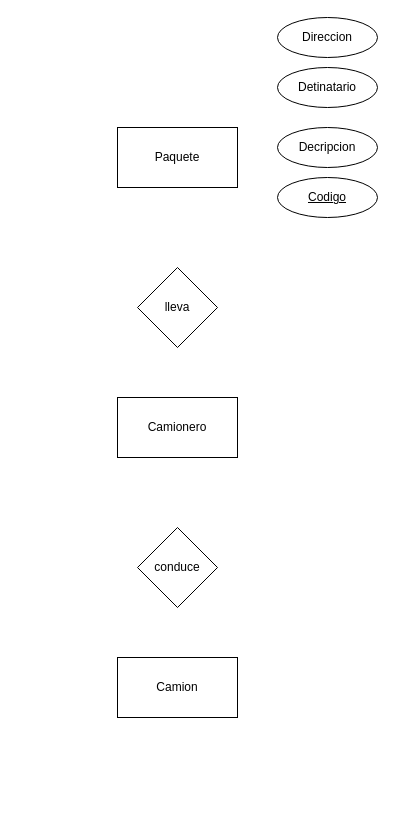
This is Unidad_1/Tareas/Tarea_4/Sistema de Reparto.drawio from OxideVanadium/base_de_datos, a draw.io file, before an edit. Source tidied: cells renumbered, new cells numbered last; positions are measured from the earlier drawing's top-left corner, leaving out a move shared by most shapes. Both pictures are drawn from the tidied source at 100%, with x=0, y=0 at pixel (117, 17).
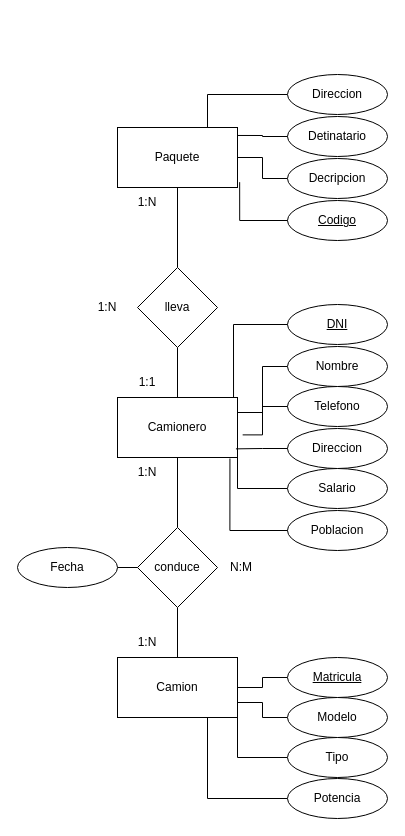
After the change.

Unchanged cells that the change refers to:
```xml
<mxCell id="2" value="Paquete" style="rounded=0;whiteSpace=wrap;html=1;" parent="1" vertex="1">
  <mxGeometry y="110" width="120" height="60" as="geometry" />
</mxCell>
<mxCell id="3" value="Camionero" style="rounded=0;whiteSpace=wrap;html=1;" parent="1" vertex="1">
  <mxGeometry y="380" width="120" height="60" as="geometry" />
</mxCell>
<mxCell id="4" value="&lt;div&gt;Camion&lt;/div&gt;" style="rounded=0;whiteSpace=wrap;html=1;" parent="1" vertex="1">
  <mxGeometry y="640" width="120" height="60" as="geometry" />
</mxCell>
<mxCell id="5" value="lleva" style="rhombus;whiteSpace=wrap;html=1;" parent="1" vertex="1">
  <mxGeometry x="20" y="250" width="80" height="80" as="geometry" />
</mxCell>
<mxCell id="6" value="conduce" style="rhombus;whiteSpace=wrap;html=1;" parent="1" vertex="1">
  <mxGeometry x="20" y="510" width="80" height="80" as="geometry" />
</mxCell>
```

The edit, as a diff of the source:
```diff
@@
+    <mxCell id="11" style="edgeStyle=orthogonalEdgeStyle;rounded=0;jettySize=auto;html=1;entryX=0.5;entryY=0;entryDx=0;entryDy=0;endArrow=none;endFill=0;" parent="1" edge="1" source="2" target="5">
+      <mxGeometry relative="1" as="geometry" />
+    </mxCell>
@@
+    <mxCell id="12" style="edgeStyle=orthogonalEdgeStyle;rounded=0;jettySize=auto;html=1;entryX=0.5;entryY=0;entryDx=0;entryDy=0;endArrow=none;endFill=0;" parent="1" edge="1" source="3" target="6">
+      <mxGeometry relative="1" as="geometry" />
+    </mxCell>
@@
+    <mxCell id="13" style="edgeStyle=orthogonalEdgeStyle;rounded=0;jettySize=auto;html=1;endArrow=none;endFill=0;" parent="1" edge="1" source="5" target="3">
+      <mxGeometry relative="1" as="geometry" />
+    </mxCell>
@@
+    <mxCell id="14" style="edgeStyle=orthogonalEdgeStyle;rounded=0;jettySize=auto;html=1;endArrow=none;endFill=0;" parent="1" edge="1" source="6" target="4">
+      <mxGeometry relative="1" as="geometry" />
+    </mxCell>
+    <mxCell id="15" style="edgeStyle=orthogonalEdgeStyle;rounded=0;jettySize=auto;html=1;entryX=1;entryY=0.5;entryDx=0;entryDy=0;endArrow=none;endFill=0;" parent="1" edge="1" source="6" target="34">
+      <mxGeometry relative="1" as="geometry" />
+    </mxCell>
@@
     <mxCell id="7" value="Codigo" style="ellipse;whiteSpace=wrap;html=1;align=center;fontStyle=4;" parent="1" vertex="1">
-      <mxGeometry x="160" y="160" width="100" height="40" as="geometry" />
+      <mxGeometry x="170" y="183" width="100" height="40" as="geometry" />
     </mxCell>
+    <mxCell id="16" style="edgeStyle=orthogonalEdgeStyle;rounded=0;jettySize=auto;html=1;endArrow=none;endFill=0;" parent="1" edge="1" source="8" target="2">
+      <mxGeometry relative="1" as="geometry" />
+    </mxCell>
     <mxCell id="8" value="Decripcion" style="ellipse;whiteSpace=wrap;html=1;" parent="1" vertex="1">
-      <mxGeometry x="160" y="110" width="100" height="40" as="geometry" />
+      <mxGeometry x="170" y="141" width="100" height="40" as="geometry" />
     </mxCell>
     <mxCell id="9" value="Detinatario" style="ellipse;whiteSpace=wrap;html=1;" parent="1" vertex="1">
-      <mxGeometry x="160" y="50" width="100" height="40" as="geometry" />
+      <mxGeometry x="170" y="99" width="100" height="40" as="geometry" />
     </mxCell>
+    <mxCell id="17" style="edgeStyle=orthogonalEdgeStyle;rounded=0;jettySize=auto;html=1;entryX=0.75;entryY=0;entryDx=0;entryDy=0;endArrow=none;endFill=0;" parent="1" edge="1" source="10" target="2">
+      <mxGeometry relative="1" as="geometry" />
+    </mxCell>
     <mxCell id="10" value="Direccion" style="ellipse;whiteSpace=wrap;html=1;" parent="1" vertex="1">
-      <mxGeometry x="160" width="100" height="40" as="geometry" />
+      <mxGeometry x="170" y="57" width="100" height="40" as="geometry" />
     </mxCell>
+    <mxCell id="18" value="DNI" style="ellipse;whiteSpace=wrap;html=1;align=center;fontStyle=4;" parent="1" vertex="1">
+      <mxGeometry x="170" y="287" width="100" height="40" as="geometry" />
+    </mxCell>
+    <mxCell id="19" style="edgeStyle=orthogonalEdgeStyle;rounded=0;jettySize=auto;html=1;entryX=1;entryY=0.25;entryDx=0;entryDy=0;endArrow=none;endFill=0;" parent="1" edge="1" source="20" target="3">
+      <mxGeometry relative="1" as="geometry" />
+    </mxCell>
+    <mxCell id="20" value="Nombre" style="ellipse;whiteSpace=wrap;html=1;" parent="1" vertex="1">
+      <mxGeometry x="170" y="329" width="100" height="40" as="geometry" />
+    </mxCell>
+    <mxCell id="21" value="Telefono" style="ellipse;whiteSpace=wrap;html=1;" parent="1" vertex="1">
+      <mxGeometry x="170" y="369" width="100" height="40" as="geometry" />
+    </mxCell>
+    <mxCell id="22" value="Direccion" style="ellipse;whiteSpace=wrap;html=1;" parent="1" vertex="1">
+      <mxGeometry x="170" y="411" width="100" height="40" as="geometry" />
+    </mxCell>
+    <mxCell id="23" style="edgeStyle=orthogonalEdgeStyle;rounded=0;jettySize=auto;html=1;entryX=1;entryY=1;entryDx=0;entryDy=0;endArrow=none;endFill=0;" parent="1" edge="1" source="24" target="3">
+      <mxGeometry relative="1" as="geometry" />
+    </mxCell>
+    <mxCell id="24" value="Salario" style="ellipse;whiteSpace=wrap;html=1;" parent="1" vertex="1">
+      <mxGeometry x="170" y="451" width="100" height="40" as="geometry" />
+    </mxCell>
+    <mxCell id="25" value="Poblacion" style="ellipse;whiteSpace=wrap;html=1;" parent="1" vertex="1">
+      <mxGeometry x="170" y="493" width="100" height="40" as="geometry" />
+    </mxCell>
+    <mxCell id="26" style="edgeStyle=orthogonalEdgeStyle;rounded=0;jettySize=auto;html=1;endArrow=none;endFill=0;" parent="1" edge="1" source="27" target="4">
+      <mxGeometry relative="1" as="geometry" />
+    </mxCell>
+    <mxCell id="27" value="Matricula" style="ellipse;whiteSpace=wrap;html=1;align=center;fontStyle=4;" parent="1" vertex="1">
+      <mxGeometry x="170" y="640" width="100" height="40" as="geometry" />
+    </mxCell>
+    <mxCell id="28" style="edgeStyle=orthogonalEdgeStyle;rounded=0;jettySize=auto;html=1;entryX=1;entryY=0.75;entryDx=0;entryDy=0;endArrow=none;endFill=0;" parent="1" edge="1" source="29" target="4">
+      <mxGeometry relative="1" as="geometry" />
+    </mxCell>
+    <mxCell id="29" value="Modelo" style="ellipse;whiteSpace=wrap;html=1;" parent="1" vertex="1">
+      <mxGeometry x="170" y="680" width="100" height="40" as="geometry" />
+    </mxCell>
+    <mxCell id="30" style="edgeStyle=orthogonalEdgeStyle;rounded=0;jettySize=auto;html=1;entryX=1;entryY=1;entryDx=0;entryDy=0;endArrow=none;endFill=0;" parent="1" edge="1" source="31" target="4">
+      <mxGeometry relative="1" as="geometry" />
+    </mxCell>
+    <mxCell id="31" value="Tipo" style="ellipse;whiteSpace=wrap;html=1;" parent="1" vertex="1">
+      <mxGeometry x="170" y="720" width="100" height="40" as="geometry" />
+    </mxCell>
+    <mxCell id="32" style="edgeStyle=orthogonalEdgeStyle;rounded=0;jettySize=auto;html=1;entryX=0.75;entryY=1;entryDx=0;entryDy=0;endArrow=none;endFill=0;" parent="1" edge="1" source="33" target="4">
+      <mxGeometry relative="1" as="geometry" />
+    </mxCell>
+    <mxCell id="33" value="Potencia" style="ellipse;whiteSpace=wrap;html=1;" parent="1" vertex="1">
+      <mxGeometry x="170" y="761" width="100" height="40" as="geometry" />
+    </mxCell>
+    <mxCell id="34" value="Fecha" style="ellipse;whiteSpace=wrap;html=1;" parent="1" vertex="1">
+      <mxGeometry x="-100" y="530" width="100" height="40" as="geometry" />
+    </mxCell>
+    <mxCell id="35" style="edgeStyle=orthogonalEdgeStyle;rounded=0;jettySize=auto;html=1;entryX=0.967;entryY=-0.003;entryDx=0;entryDy=0;entryPerimeter=0;endArrow=none;endFill=0;" parent="1" edge="1" source="18" target="3">
+      <mxGeometry relative="1" as="geometry" />
+    </mxCell>
+    <mxCell id="36" style="edgeStyle=orthogonalEdgeStyle;rounded=0;jettySize=auto;html=1;entryX=1.043;entryY=0.623;entryDx=0;entryDy=0;entryPerimeter=0;endArrow=none;endFill=0;" parent="1" edge="1" source="21" target="3">
+      <mxGeometry relative="1" as="geometry" />
+    </mxCell>
+    <mxCell id="37" style="edgeStyle=orthogonalEdgeStyle;rounded=0;jettySize=auto;html=1;entryX=0.987;entryY=0.856;entryDx=0;entryDy=0;entryPerimeter=0;endArrow=none;endFill=0;" parent="1" edge="1" source="22" target="3">
+      <mxGeometry relative="1" as="geometry" />
+    </mxCell>
+    <mxCell id="38" style="edgeStyle=orthogonalEdgeStyle;rounded=0;jettySize=auto;html=1;entryX=0.937;entryY=1.017;entryDx=0;entryDy=0;entryPerimeter=0;endArrow=none;endFill=0;" parent="1" edge="1" source="25" target="3">
+      <mxGeometry relative="1" as="geometry" />
+    </mxCell>
+    <mxCell id="39" style="edgeStyle=orthogonalEdgeStyle;rounded=0;jettySize=auto;html=1;entryX=0.997;entryY=0.133;entryDx=0;entryDy=0;entryPerimeter=0;endArrow=none;endFill=0;" parent="1" edge="1" source="9" target="2">
+      <mxGeometry relative="1" as="geometry" />
+    </mxCell>
+    <mxCell id="40" style="edgeStyle=orthogonalEdgeStyle;rounded=0;jettySize=auto;html=1;entryX=1.018;entryY=0.911;entryDx=0;entryDy=0;entryPerimeter=0;endArrow=none;endFill=0;" parent="1" edge="1" source="7" target="2">
+      <mxGeometry relative="1" as="geometry" />
+    </mxCell>
+    <mxCell id="41" value="1:1" style="text;html=1;strokeColor=none;fillColor=none;align=center;verticalAlign=middle;whiteSpace=wrap;rounded=0;" parent="1" vertex="1">
+      <mxGeometry y="350" width="60" height="30" as="geometry" />
+    </mxCell>
+    <mxCell id="42" value="1:N" style="text;html=1;strokeColor=none;fillColor=none;align=center;verticalAlign=middle;whiteSpace=wrap;rounded=0;" parent="1" vertex="1">
+      <mxGeometry y="170" width="60" height="30" as="geometry" />
+    </mxCell>
+    <mxCell id="43" value="1:N" style="text;html=1;strokeColor=none;fillColor=none;align=center;verticalAlign=middle;whiteSpace=wrap;rounded=0;" parent="1" vertex="1">
+      <mxGeometry x="-40" y="275" width="60" height="30" as="geometry" />
+    </mxCell>
+    <mxCell id="44" value="1:N" style="text;html=1;strokeColor=none;fillColor=none;align=center;verticalAlign=middle;whiteSpace=wrap;rounded=0;" parent="1" vertex="1">
+      <mxGeometry y="440" width="60" height="30" as="geometry" />
+    </mxCell>
+    <mxCell id="45" value="1:N" style="text;html=1;strokeColor=none;fillColor=none;align=center;verticalAlign=middle;whiteSpace=wrap;rounded=0;" parent="1" vertex="1">
+      <mxGeometry y="610" width="60" height="30" as="geometry" />
+    </mxCell>
+    <mxCell id="46" value="N:M" style="text;html=1;strokeColor=none;fillColor=none;align=center;verticalAlign=middle;whiteSpace=wrap;rounded=0;" parent="1" vertex="1">
+      <mxGeometry x="94" y="535" width="60" height="30" as="geometry" />
+    </mxCell>
```
